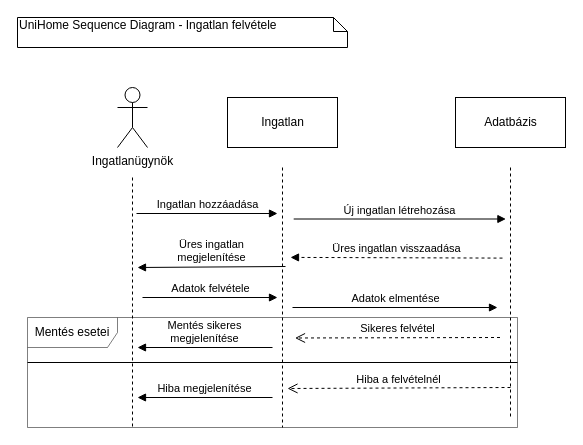
schneiderbence/Ingatlan keeps this draw.io diagram as DiagramSeq_felvetel.drawio. Above is the earlier version. Source tidied: cells renumbered, new cells numbered last; positions are measured from the earlier drawing's top-left corner, leaving out a move shared by most shapes. Both pictures are drawn from the tidied source at 100%, with x=0, y=0 at pixel (17, 17).
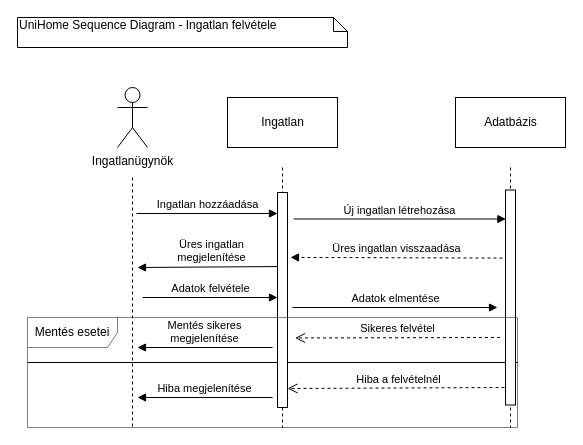
Above is the later version.

Commit message (it also covers changes not shown here):
#4 seq_felvetel frissites

The edit, as a diff of the source:
```diff
@@
     <mxCell id="12" style="line;strokeWidth=1;fillColor=none;align=left;verticalAlign=middle;spacingTop=-1;spacingLeft=3;spacingRight=3;labelPosition=right;dashed=1;flipH=0;flipV=0;direction=south;" parent="1" vertex="1">
-      <mxGeometry x="483" y="150" width="20" height="250" as="geometry" />
+      <mxGeometry x="483" y="150" width="20" height="260" as="geometry" />
     </mxCell>
@@
-    <mxCell id="15" value="Mentés esetei" style="shape=umlFrame;whiteSpace=wrap;html=1;shadow=0;comic=0;gradientColor=none;opacity=50;swimlaneFillColor=none;fillColor=#ffffff;width=90;height=30;" parent="1" vertex="1">
-      <mxGeometry x="10" y="300" width="490" height="110" as="geometry" />
-    </mxCell>
@@
+    <mxCell id="21" style="html=1;perimeter=orthogonalPerimeter;" parent="1" vertex="1">
+      <mxGeometry x="260" y="175" width="10" height="215" as="geometry" />
+    </mxCell>
+    <mxCell id="22" style="html=1;perimeter=orthogonalPerimeter;" parent="1" vertex="1">
+      <mxGeometry x="488" y="172.5" width="10" height="215" as="geometry" />
+    </mxCell>
+    <mxCell id="15" value="Mentés esetei" style="shape=umlFrame;whiteSpace=wrap;html=1;shadow=0;comic=0;gradientColor=none;opacity=50;swimlaneFillColor=none;fillColor=#ffffff;width=90;height=30;" parent="1" vertex="1">
+      <mxGeometry x="10" y="300" width="490" height="110" as="geometry" />
+    </mxCell>
```
